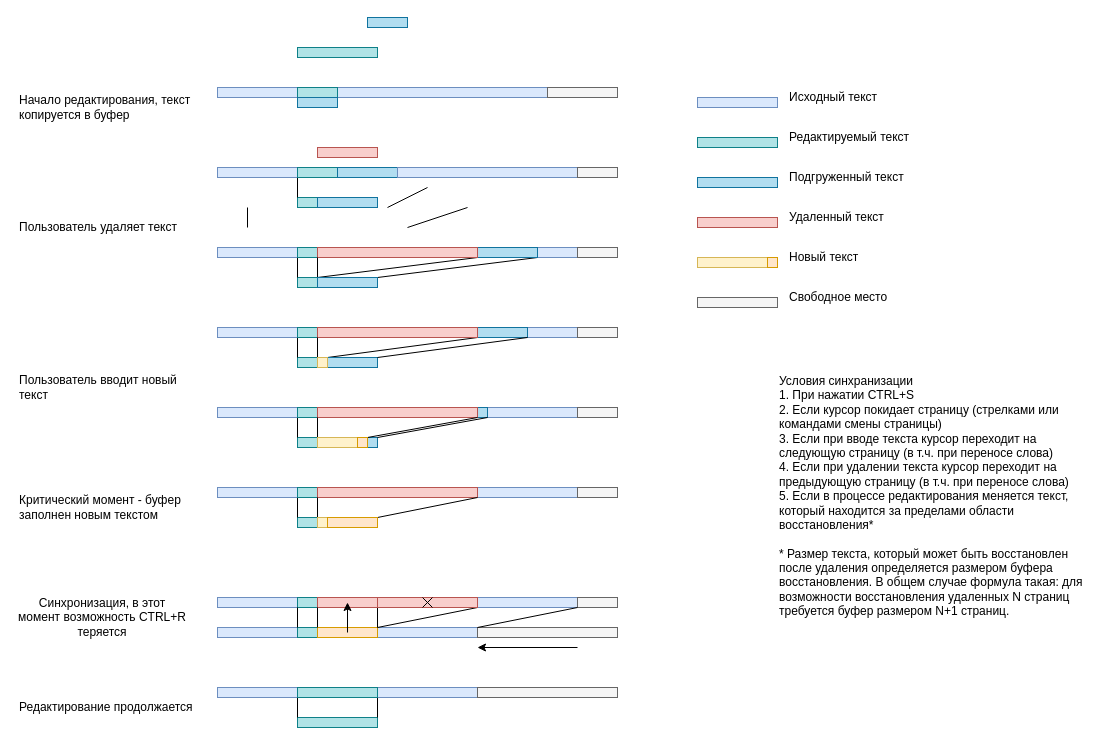
Earlier version of the draw.io diagram page "Буферизация изменений текста" (12 of 12) of _Doc/LPM_class_component_diagram.drawio (Teslatec/LPM_Editor). Source tidied: cells renumbered, new cells numbered last; positions are measured from the earlier drawing's top-left corner, leaving out a move shared by most shapes. Both pictures are drawn from the tidied source at 100%, with x=0, y=0 at pixel (17, 17).
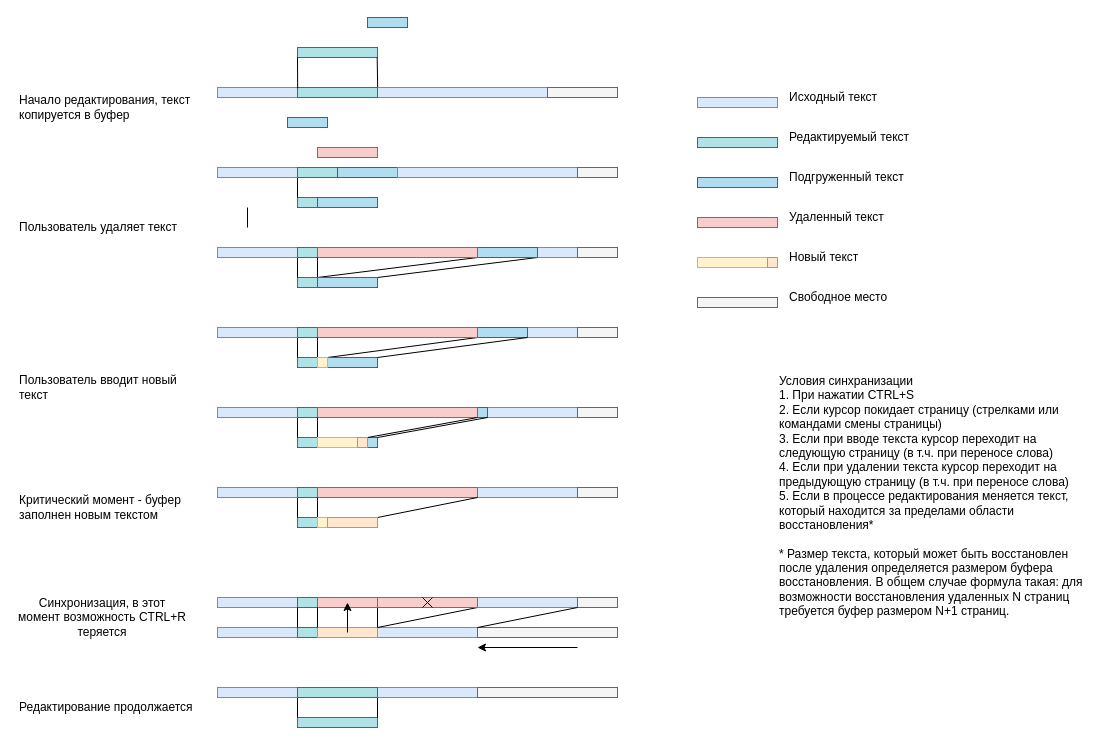
The same page after the edit.

The change refers to these unchanged cells:
```xml
<mxCell id="3" style="rounded=0;whiteSpace=wrap;html=1;fontStyle=0;fillColor=#b0e3e6;strokeColor=#0e8088;align=center;" parent="1" vertex="1">
  <mxGeometry x="280" y="30" width="80" height="10" as="geometry" />
</mxCell>
```

Change to the diagram source:
```diff
@@
-    <mxCell id="8" style="endArrow=none;html=1;" parent="1" edge="1">
-      <mxGeometry relative="1" as="geometry">
-        <mxPoint x="370" y="190" as="sourcePoint" />
-        <mxPoint x="410" y="170" as="targetPoint" />
-      </mxGeometry>
+    <mxCell id="8" style="endArrow=none;html=1;exitX=1.002;exitY=-0.026;exitDx=0;exitDy=0;exitPerimeter=0;entryX=0.996;entryY=1.006;entryDx=0;entryDy=0;entryPerimeter=0;" parent="1" edge="1" source="15" target="3">
+      <mxGeometry relative="1" as="geometry" />
     </mxCell>
@@
     <mxCell id="14" style="rounded=0;whiteSpace=wrap;html=1;fontStyle=0;fillColor=#dae8fc;strokeColor=#6c8ebf;align=center;" parent="1" vertex="1">
-      <mxGeometry x="320" y="70" width="210" height="10" as="geometry" />
+      <mxGeometry x="360" y="70" width="170" height="10" as="geometry" />
     </mxCell>
     <mxCell id="15" style="rounded=0;whiteSpace=wrap;html=1;fontStyle=0;fillColor=#b0e3e6;strokeColor=#0e8088;align=center;" parent="1" vertex="1">
-      <mxGeometry x="280" y="70" width="40" height="10" as="geometry" />
+      <mxGeometry x="280" y="70" width="80" height="10" as="geometry" />
     </mxCell>
@@
-    <mxCell id="24" style="endArrow=none;html=1;" parent="1" edge="1">
-      <mxGeometry relative="1" as="geometry">
-        <mxPoint x="390" y="210" as="sourcePoint" />
-        <mxPoint x="450" y="190" as="targetPoint" />
-      </mxGeometry>
+    <mxCell id="24" style="endArrow=none;html=1;entryX=0.002;entryY=0.071;entryDx=0;entryDy=0;entryPerimeter=0;exitX=0;exitY=1.006;exitDx=0;exitDy=0;exitPerimeter=0;" parent="1" edge="1" source="3" target="15">
+      <mxGeometry relative="1" as="geometry" />
     </mxCell>
@@
     <mxCell id="115" style="rounded=0;whiteSpace=wrap;html=1;fontStyle=0;fillColor=#b1ddf0;strokeColor=#10739e;align=center;" parent="1" vertex="1">
-      <mxGeometry x="280" y="80" width="40" height="10" as="geometry" />
+      <mxGeometry x="270" y="100" width="40" height="10" as="geometry" />
     </mxCell>
```
